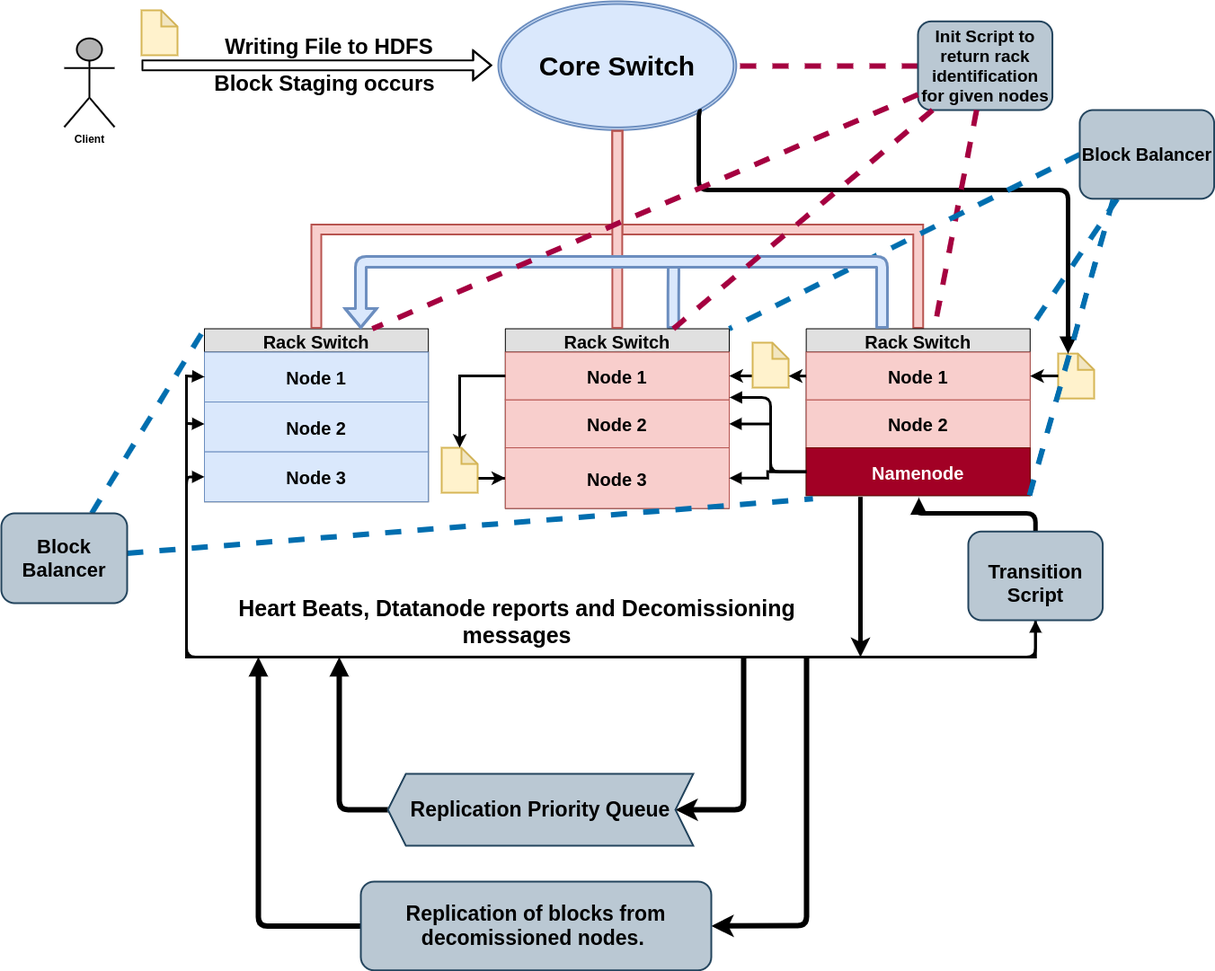
The draw.io diagram Images/IEEEpresentation/CustomZone.png in Gituser143/HDFS-Sim, before a commit. Source tidied: cells renumbered, new cells last; positions are measured from the earlier drawing's top-left corner, leaving out a move shared by most shapes.
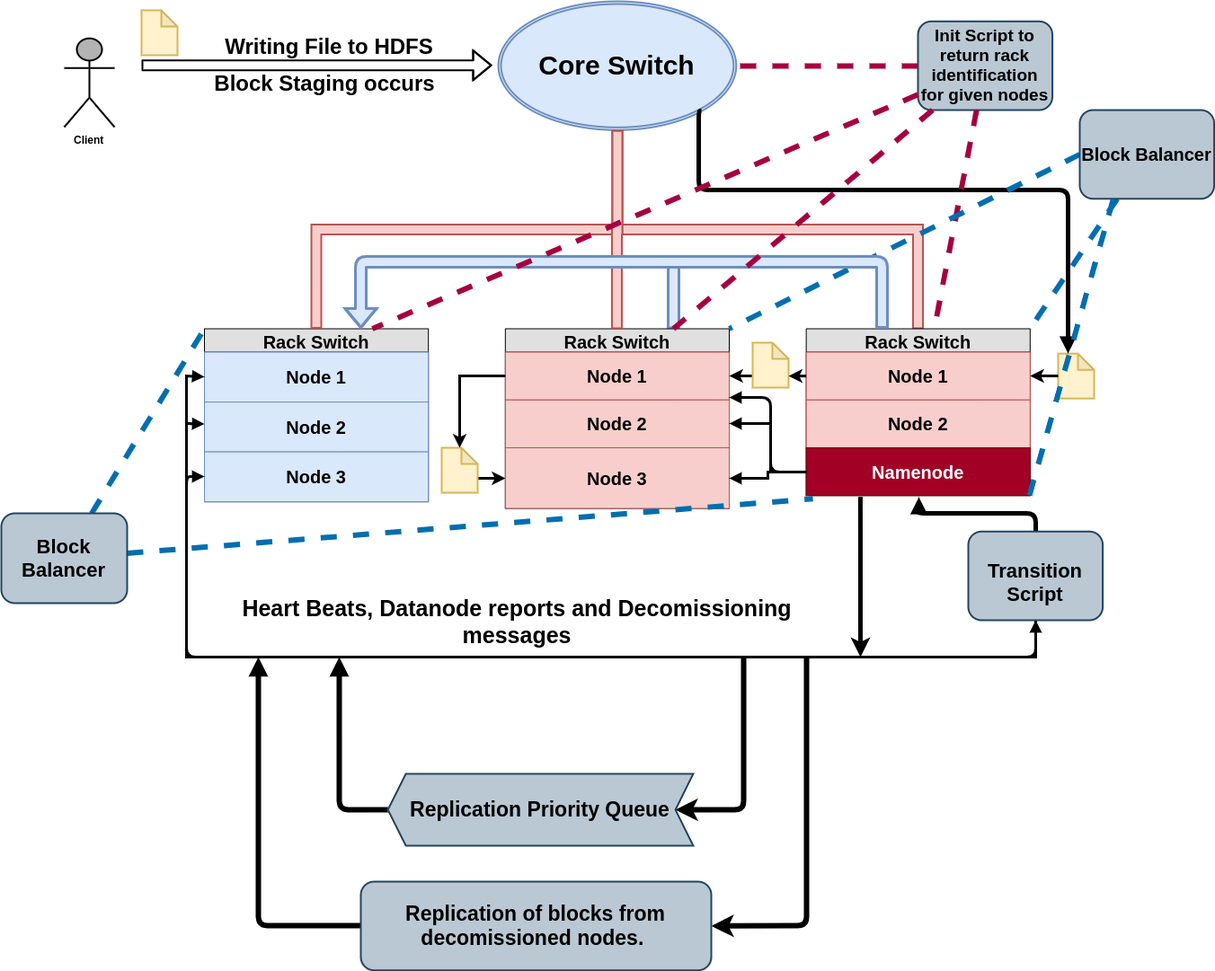
Above is the later version.

Commit message:
Updated IEE PPT images

Diff of the diagram source:
```diff
@@ -155,7 +155,7 @@
         </Array>
       </mxGeometry>
     </mxCell>
-    <mxCell id="39" value="&lt;font style=&quot;font-size: 25px&quot;&gt;Heart Beats, Dtatanode reports and Decomissioning messages&lt;/font&gt;" style="text;html=1;strokeColor=none;fillColor=none;align=center;verticalAlign=middle;whiteSpace=wrap;rounded=0;fontSize=13;fontStyle=1;" parent="1" vertex="1">
+    <mxCell id="39" value="&lt;font style=&quot;font-size: 25px&quot;&gt;Heart Beats, Datanode reports and Decomissioning messages&lt;/font&gt;" style="text;html=1;strokeColor=none;fillColor=none;align=center;verticalAlign=middle;whiteSpace=wrap;rounded=0;fontSize=13;fontStyle=1;" parent="1" vertex="1">
       <mxGeometry x="234" y="660" width="680" height="60" as="geometry" />
     </mxCell>
     <mxCell id="40" style="endArrow=classic;html=1;shadow=0;strokeColor=#000000;strokeWidth=6;fillColor=#FFFFFF;fontSize=13;entryX=0;entryY=0.5;entryDx=0;entryDy=0;" parent="1" edge="1" target="42">
```
